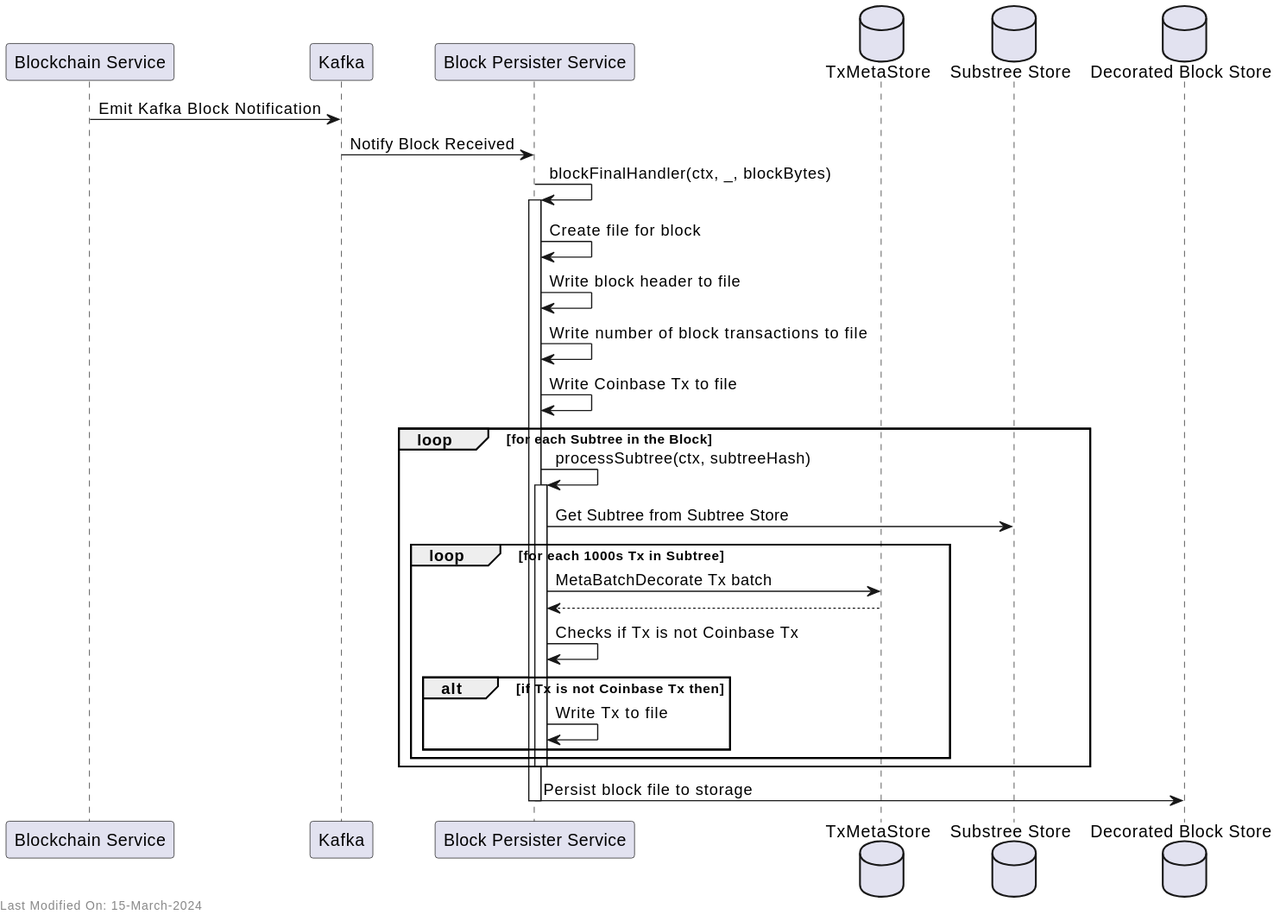
Above: docs/services/img/plantuml/blockpersister/block_persister_receive_new_blocks.svg in freemans13/teranode (PlantUML), before the change. Its source is kept beside it as docs/services/img/plantuml/blockpersister/block_persister_receive_new_blocks.puml.
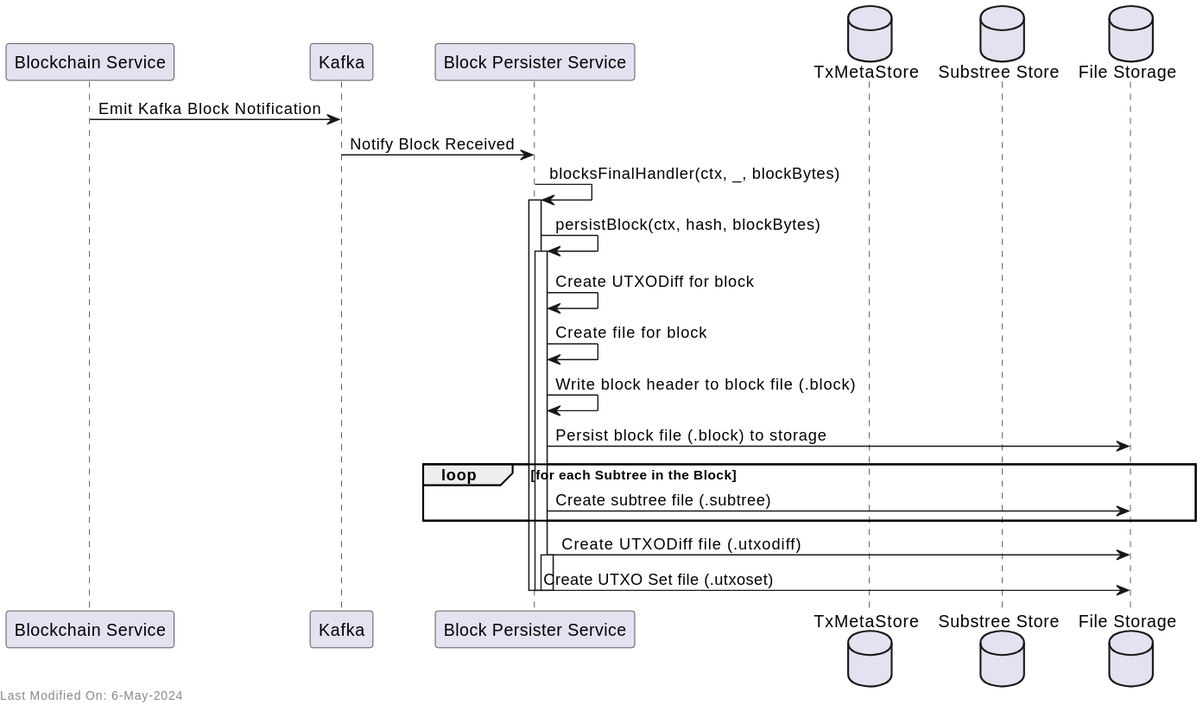
Later version of the same file.

Commit message:
Documentation - Update Block Persister doc to include changes for subtrees / UTXO diffs and sets

Diff of the diagram source:
```diff
@@ -4,35 +4,37 @@
 participant "Block Persister Service" as BlockPersister
 database "TxMetaStore" as TMS
 database "Substree Store" as SubtreeStore
-database "Decorated Block Store" as BlockStore
-
+database "Substree Store" as SubtreeStore
+database "File Storage" as FileStorage
 
 Blockchain -> Kafka: Emit Kafka Block Notification
 Kafka -> BlockPersister: Notify Block Received
-BlockPersister -> BlockPersister: blockFinalHandler(ctx, _, blockBytes)
+BlockPersister -> BlockPersister: blocksFinalHandler(ctx, _, blockBytes)
 activate BlockPersister
+BlockPersister -> BlockPersister: persistBlock(ctx, hash, blockBytes)
+activate BlockPersister
+BlockPersister -> BlockPersister: Create UTXODiff for block
+
+
 BlockPersister -> BlockPersister: Create file for block
-BlockPersister -> BlockPersister: Write block header to file
-BlockPersister -> BlockPersister: Write number of block transactions to file
-BlockPersister -> BlockPersister: Write Coinbase Tx to file
+BlockPersister -> BlockPersister: Write block header to block file (.block)
+BlockPersister -> FileStorage: Persist block file (.block) to storage
+
 loop for each Subtree in the Block
-    BlockPersister -> BlockPersister: processSubtree(ctx, subtreeHash)
-    activate BlockPersister
-    BlockPersister -> SubtreeStore: Get Subtree from Subtree Store
-    loop for each 1000s Tx in Subtree
-        BlockPersister -> TMS : MetaBatchDecorate Tx batch
-        TMS --> BlockPersister
-        BlockPersister -> BlockPersister : Checks if Tx is not Coinbase Tx
-        alt if Tx is not Coinbase Tx then
-            BlockPersister -> BlockPersister: Write Tx to file
-        end
-    end
-    deactivate BlockPersister
+    BlockPersister -> FileStorage: Create subtree file (.subtree)
 end
 
-BlockPersister -> BlockStore: Persist block file to storage
+BlockPersister -> FileStorage: Create UTXODiff file  (.utxodiff)
+
+activate BlockPersister
+BlockPersister -> FileStorage: Create UTXO Set file (.utxoset)
 deactivate BlockPersister
 
-left footer Last Modified On: 15-March-2024
+
+deactivate BlockPersister
+deactivate BlockPersister
+
+
+left footer Last Modified On: 6-May-2024
 
 @enduml
```
